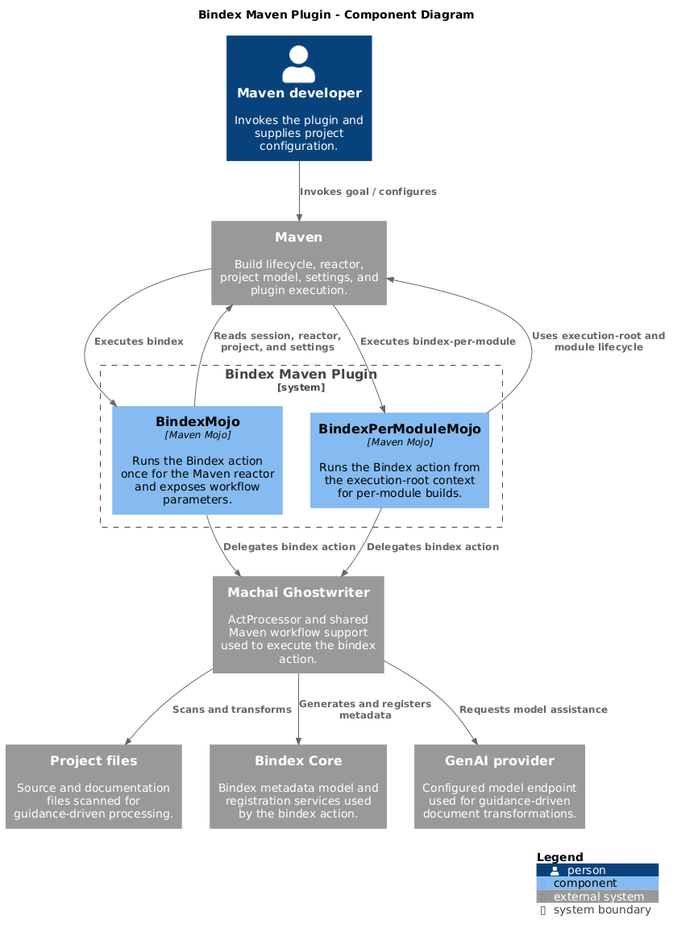
The PlantUML diagram src/site/resources/images/c4-diagram.png in machanism-org/bindex-maven-plugin, before a commit.
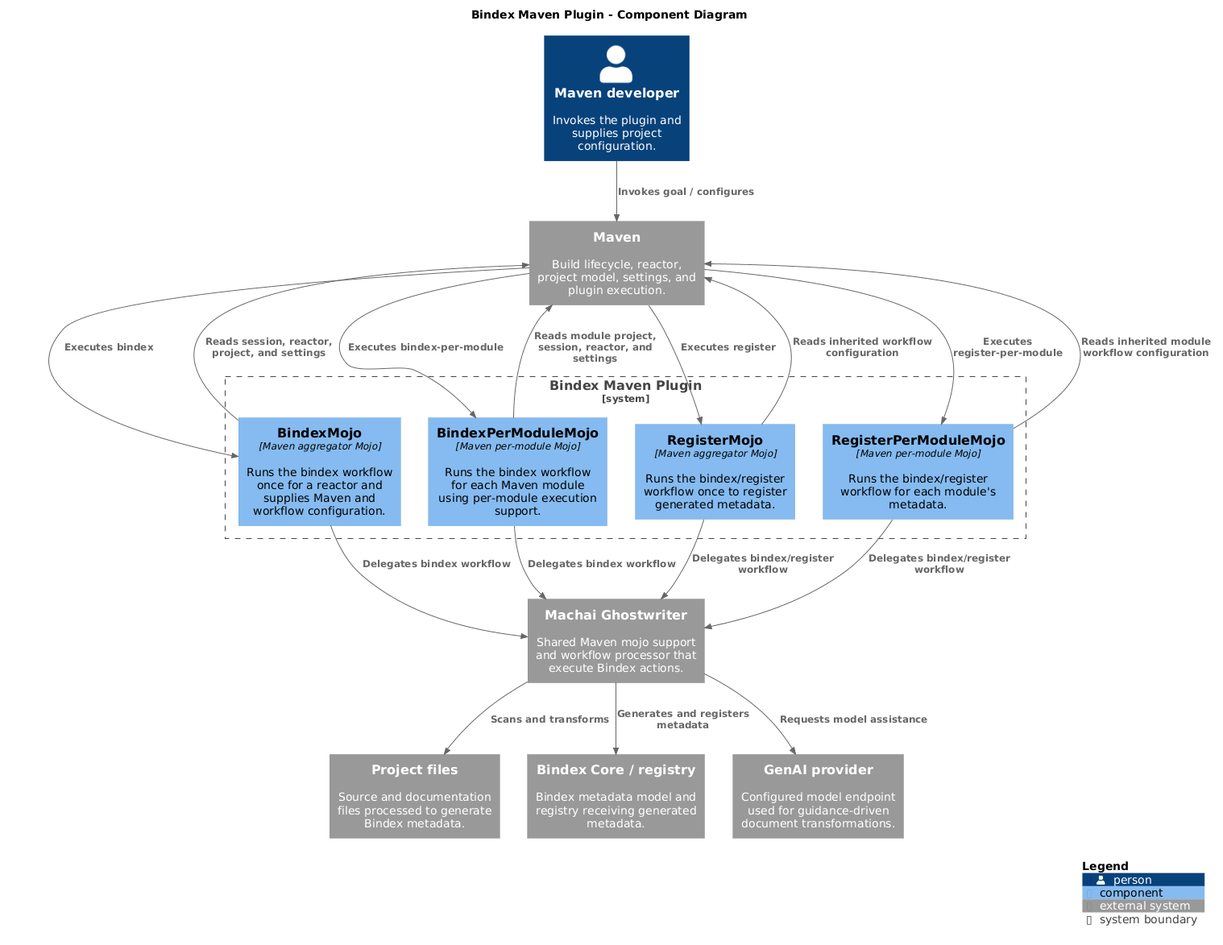
After the commit.

Commit message:
added `register` goals.

Change to the diagram source:
```diff
@@ -9,23 +9,31 @@
 Person(developer, "Maven developer", "Invokes the plugin and supplies project configuration.")
 
 System_Boundary(plugin, "Bindex Maven Plugin") {
-  Component(aggregatorMojo, "BindexMojo", "Maven Mojo", "Runs the Bindex action once for the Maven reactor and exposes workflow parameters.")
-  Component(moduleMojo, "BindexPerModuleMojo", "Maven Mojo", "Runs the Bindex action from the execution-root context for per-module builds.")
+  Component(bindexMojo, "BindexMojo", "Maven aggregator Mojo", "Runs the bindex workflow once for a reactor and supplies Maven and workflow configuration.")
+  Component(bindexPerModuleMojo, "BindexPerModuleMojo", "Maven per-module Mojo", "Runs the bindex workflow for each Maven module using per-module execution support.")
+  Component(registerMojo, "RegisterMojo", "Maven aggregator Mojo", "Runs the bindex/register workflow once to register generated metadata.")
+  Component(registerPerModuleMojo, "RegisterPerModuleMojo", "Maven per-module Mojo", "Runs the bindex/register workflow for each module's metadata.")
 }
 
 System_Ext(maven, "Maven", "Build lifecycle, reactor, project model, settings, and plugin execution.")
-System_Ext(projectFiles, "Project files", "Source and documentation files scanned for guidance-driven processing.")
-System_Ext(ghostwriter, "Machai Ghostwriter", "ActProcessor and shared Maven workflow support used to execute the bindex action.")
-System_Ext(bindexCore, "Bindex Core", "Bindex metadata model and registration services used by the bindex action.")
+System_Ext(projectFiles, "Project files", "Source and documentation files processed to generate Bindex metadata.")
+System_Ext(ghostwriter, "Machai Ghostwriter", "Shared Maven mojo support and workflow processor that execute Bindex actions.")
+System_Ext(bindexCore, "Bindex Core / registry", "Bindex metadata model and registry receiving generated metadata.")
 System_Ext(genai, "GenAI provider", "Configured model endpoint used for guidance-driven document transformations.")
 
 Rel(developer, maven, "Invokes goal / configures")
-Rel(maven, aggregatorMojo, "Executes bindex")
-Rel(maven, moduleMojo, "Executes bindex-per-module")
-Rel(aggregatorMojo, maven, "Reads session, reactor, project, and settings")
-Rel(moduleMojo, maven, "Uses execution-root and module lifecycle")
-Rel(aggregatorMojo, ghostwriter, "Delegates bindex action")
-Rel(moduleMojo, ghostwriter, "Delegates bindex action")
+Rel(maven, bindexMojo, "Executes bindex")
+Rel(maven, bindexPerModuleMojo, "Executes bindex-per-module")
+Rel(maven, registerMojo, "Executes register")
+Rel(maven, registerPerModuleMojo, "Executes register-per-module")
+Rel(bindexMojo, maven, "Reads session, reactor, project, and settings")
+Rel(bindexPerModuleMojo, maven, "Reads module project, session, reactor, and settings")
+Rel(registerMojo, maven, "Reads inherited workflow configuration")
+Rel(registerPerModuleMojo, maven, "Reads inherited module workflow configuration")
+Rel(bindexMojo, ghostwriter, "Delegates bindex workflow")
+Rel(bindexPerModuleMojo, ghostwriter, "Delegates bindex workflow")
+Rel(registerMojo, ghostwriter, "Delegates bindex/register workflow")
+Rel(registerPerModuleMojo, ghostwriter, "Delegates bindex/register workflow")
 Rel(ghostwriter, projectFiles, "Scans and transforms")
 Rel(ghostwriter, bindexCore, "Generates and registers metadata")
 Rel(ghostwriter, genai, "Requests model assistance")
```
